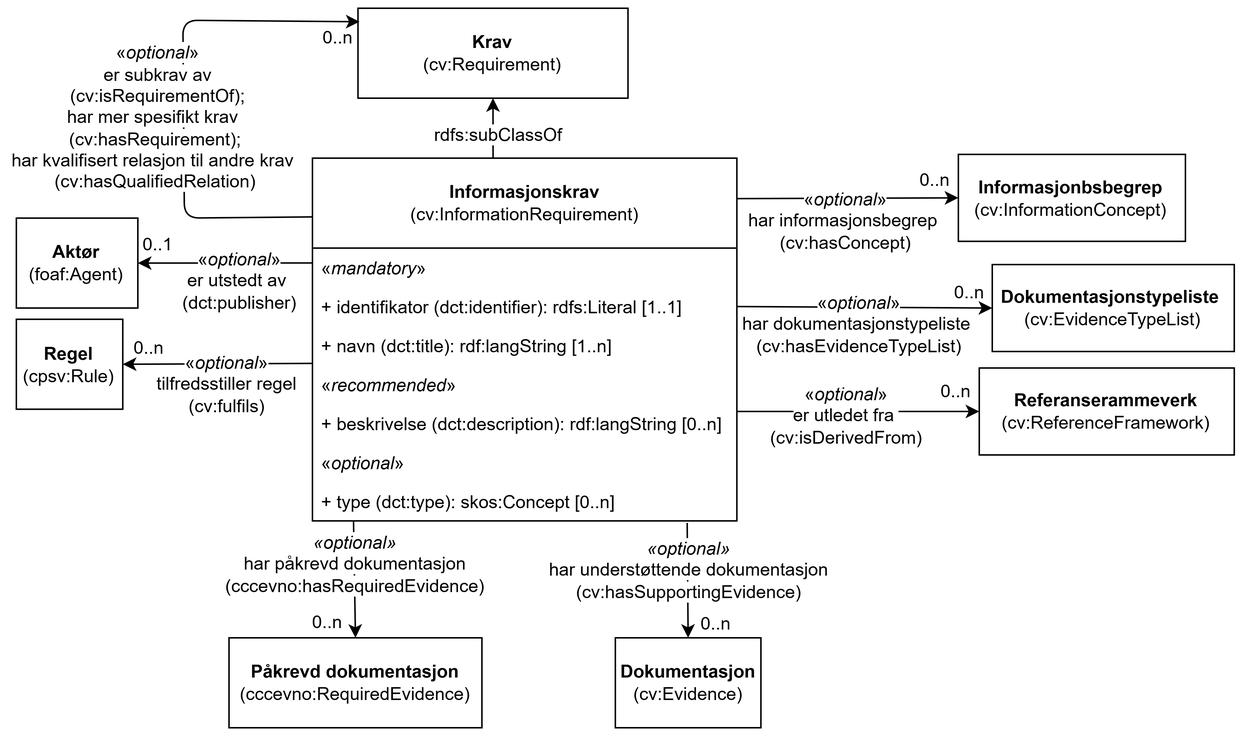
Informasjonsforvaltning/cccev-ap-no keeps this draw.io diagram as docs/images/KlassenInformasjonskrav.png. Above is the earlier version. Source tidied: cells renumbered, new cells last; positions are measured from the earlier drawing's top-left corner, leaving out a move shared by most shapes.
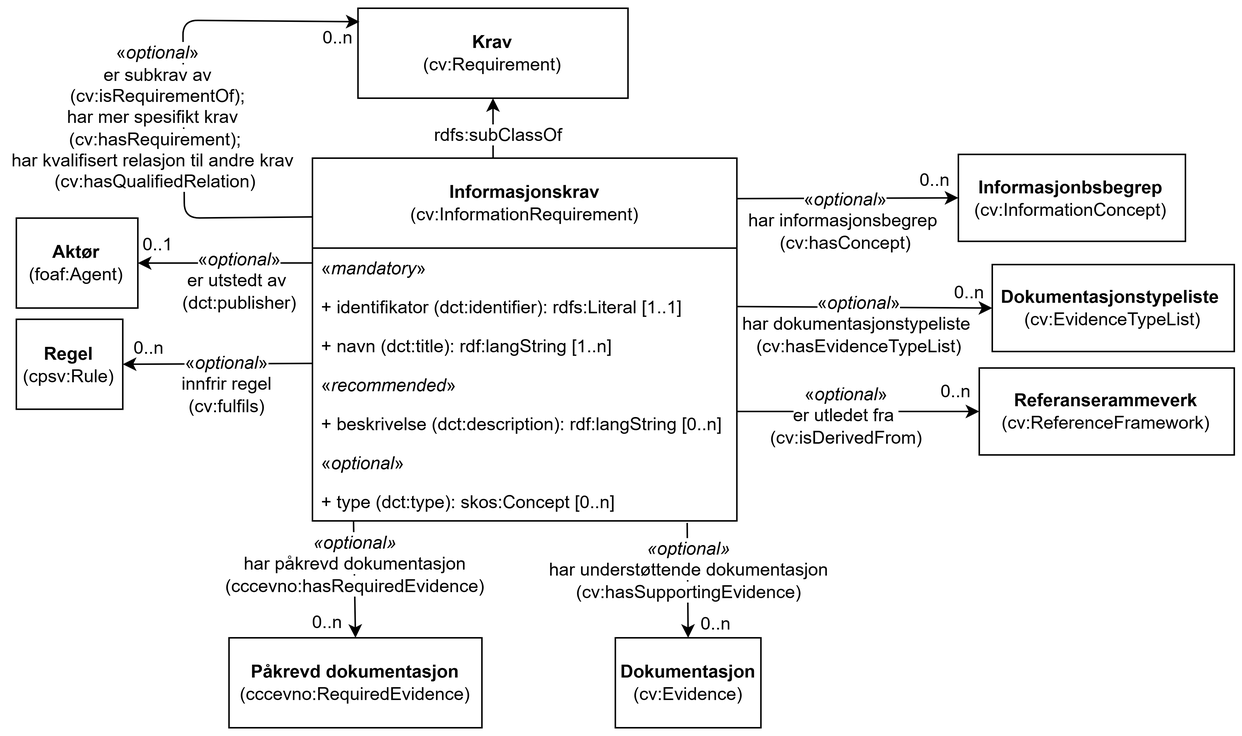
The same file after the commit.

Commit message:
Justerer egenskapsnavn "Innfrir regel" etter gj.gang av KSF

Diff of the diagram source:
```diff
@@ -10,7 +10,7 @@
         <mxPoint x="202.3" y="236.9" as="sourcePoint" />
       </mxGeometry>
     </mxCell>
-    <mxCell id="4" value="&lt;span style=&quot;background-color: rgb(255, 255, 255);&quot;&gt;«&lt;i style=&quot;&quot;&gt;optional&lt;/i&gt;»&lt;br&gt;tilfredsstiller regel&lt;br&gt;(cv:fulfils)&lt;/span&gt;" style="text;html=1;strokeColor=none;fillColor=none;align=center;verticalAlign=middle;whiteSpace=wrap;rounded=0;" parent="1" vertex="1">
+    <mxCell id="4" value="&lt;span style=&quot;background-color: rgb(255, 255, 255);&quot;&gt;«&lt;i style=&quot;&quot;&gt;optional&lt;/i&gt;»&lt;br&gt;innfrir regel&lt;br&gt;(cv:fulfils)&lt;/span&gt;" style="text;html=1;strokeColor=none;fillColor=none;align=center;verticalAlign=middle;whiteSpace=wrap;rounded=0;" parent="1" vertex="1">
       <mxGeometry x="97" y="225" width="98.4" height="52" as="geometry" />
     </mxCell>
     <mxCell id="5" value="0..n" style="text;html=1;strokeColor=none;fillColor=none;align=center;verticalAlign=middle;whiteSpace=wrap;rounded=0;" parent="1" vertex="1">
```
